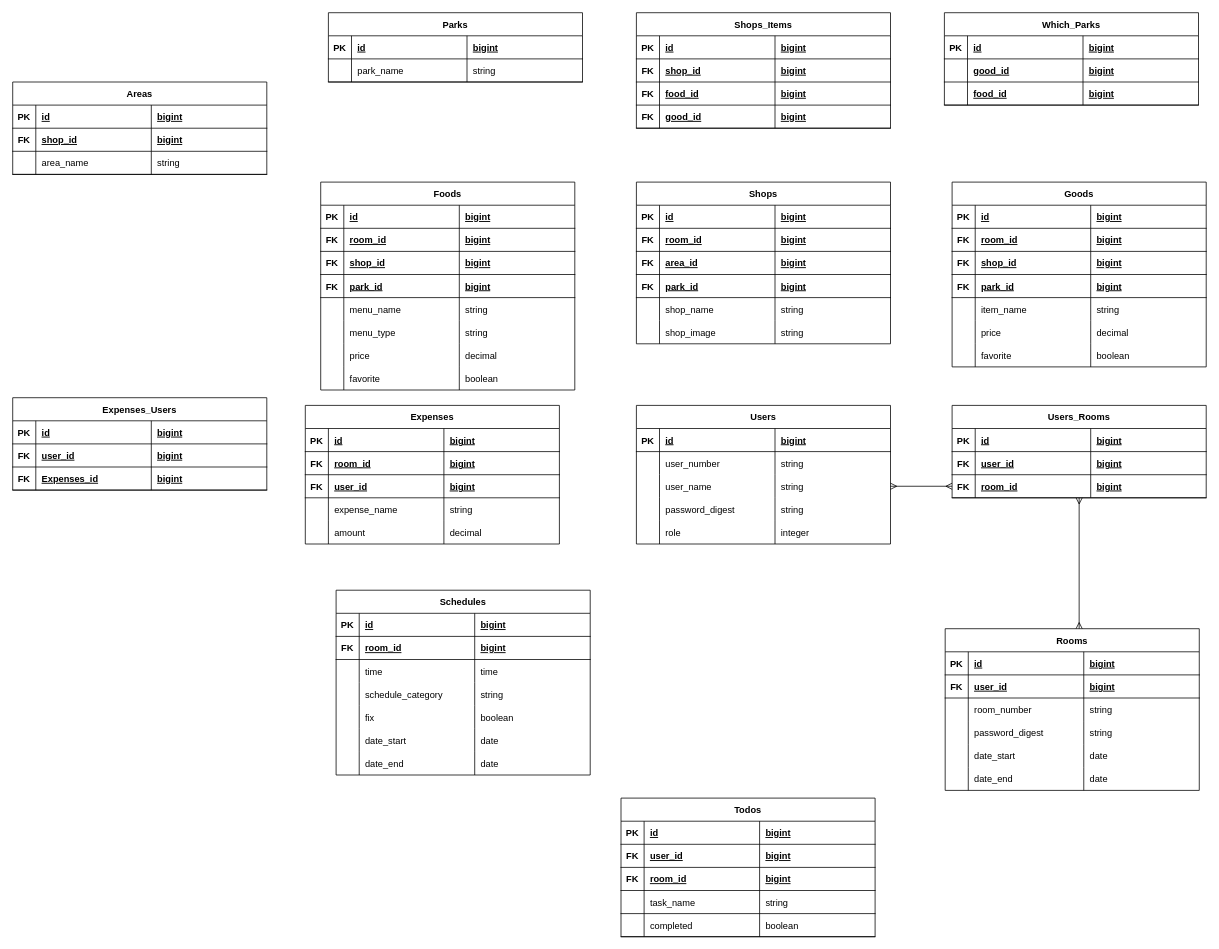
This is schedule_ER.dio from harumakimaki48/schedule, a draw.io file, before an edit. Source tidied: cells renumbered, new cells numbered last; positions are measured from the earlier drawing's top-left corner, leaving out a move shared by most shapes. Both pictures are drawn from the tidied source at 77%, with x=0, y=0 at pixel (12, 12).
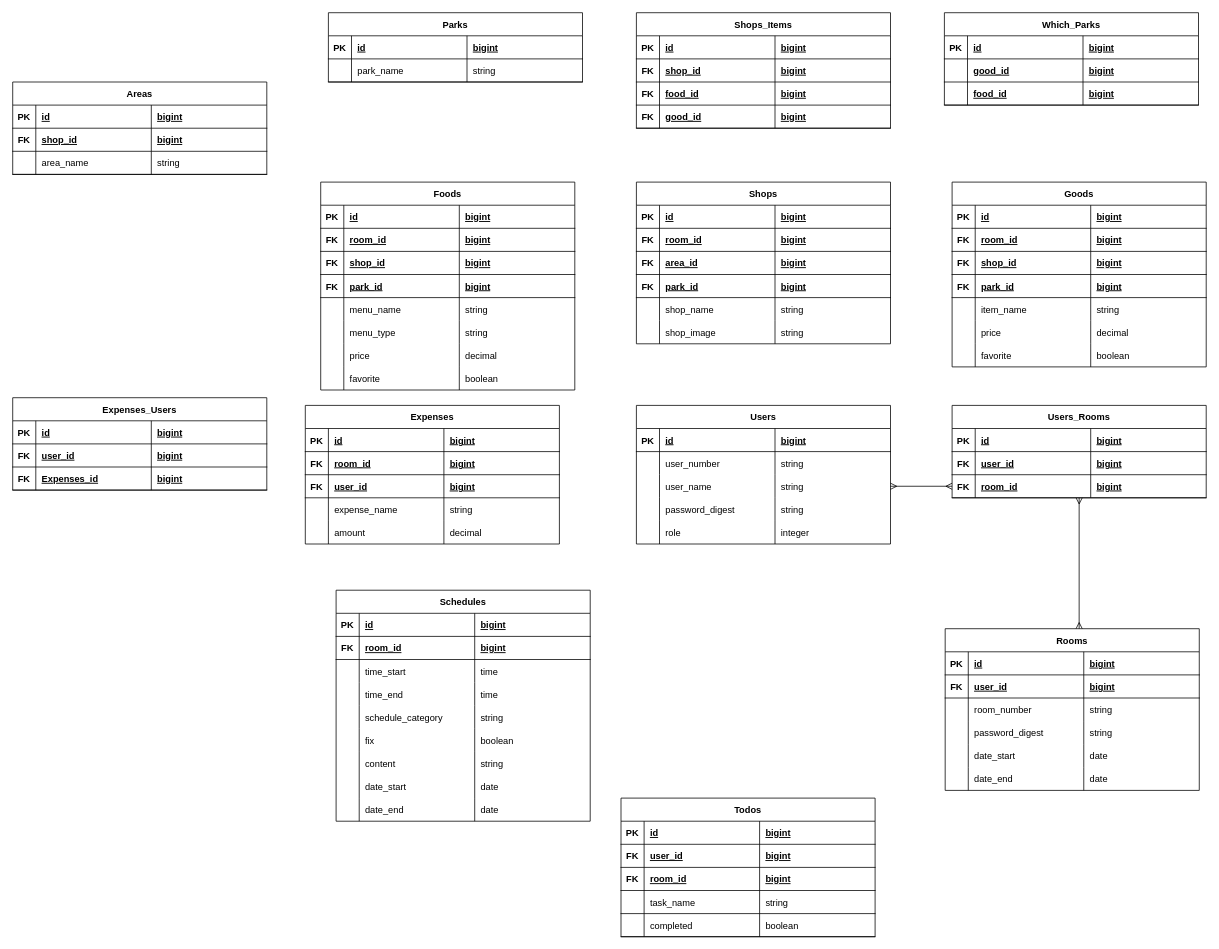
The same diagram, later.

Unchanged cells that the change refers to:
```xml
<mxCell id="57" style="shape=tableRow;horizontal=0;startSize=0;swimlaneHead=0;swimlaneBody=0;fillColor=none;top=0;left=0;right=0;bottom=0;" parent="48" vertex="1">
  <mxGeometry y="90" width="330" height="30" as="geometry" />
</mxCell>
```

The edit, as a diff of the source:
```diff
@@
     <mxCell id="48" value="Schedules" style="shape=table;startSize=30;childLayout=tableLayout;rowLines=0;fontStyle=1;align=center;" parent="1" vertex="1">
-      <mxGeometry x="420" y="750" width="330" height="240" as="geometry" />
+      <mxGeometry x="420" y="750" width="330" height="300" as="geometry" />
     </mxCell>
@@
-    <mxCell id="59" value="time" style="shape=partialRectangle;fillColor=none;top=0;left=0;bottom=0;right=0;align=left;spacingLeft=6;overflow=hidden;" parent="57" vertex="1">
+    <mxCell id="59" value="time_start" style="shape=partialRectangle;fillColor=none;top=0;left=0;bottom=0;right=0;align=left;spacingLeft=6;overflow=hidden;" parent="57" vertex="1">
       <mxGeometry x="30" width="150" height="30" as="geometry" />
     </mxCell>
@@
+    <mxCell id="287" style="shape=tableRow;horizontal=0;startSize=0;swimlaneHead=0;swimlaneBody=0;fillColor=none;top=0;left=0;right=0;bottom=0;" parent="48" vertex="1">
+      <mxGeometry y="120" width="330" height="30" as="geometry" />
+    </mxCell>
+    <mxCell id="288" style="shape=partialRectangle;fillColor=none;top=0;left=0;bottom=0;right=0;overflow=hidden;" parent="287" vertex="1">
+      <mxGeometry width="30" height="30" as="geometry" />
+    </mxCell>
+    <mxCell id="289" value="time_end" style="shape=partialRectangle;fillColor=none;top=0;left=0;bottom=0;right=0;align=left;spacingLeft=6;overflow=hidden;" parent="287" vertex="1">
+      <mxGeometry x="30" width="150" height="30" as="geometry" />
+    </mxCell>
+    <mxCell id="290" value="time" style="shape=partialRectangle;fillColor=none;top=0;left=0;bottom=0;right=0;align=left;spacingLeft=6;overflow=hidden;" parent="287" vertex="1">
+      <mxGeometry x="180" width="150" height="30" as="geometry" />
+    </mxCell>
     <mxCell id="61" style="shape=tableRow;horizontal=0;startSize=0;swimlaneHead=0;swimlaneBody=0;fillColor=none;top=0;left=0;right=0;bottom=0;" parent="48" vertex="1">
-      <mxGeometry y="120" width="330" height="30" as="geometry" />
+      <mxGeometry y="150" width="330" height="30" as="geometry" />
     </mxCell>
@@
     <mxCell id="65" style="shape=tableRow;horizontal=0;startSize=0;swimlaneHead=0;swimlaneBody=0;fillColor=none;top=0;left=0;right=0;bottom=0;" parent="48" vertex="1">
-      <mxGeometry y="150" width="330" height="30" as="geometry" />
+      <mxGeometry y="180" width="330" height="30" as="geometry" />
     </mxCell>
@@
+    <mxCell id="291" style="shape=tableRow;horizontal=0;startSize=0;swimlaneHead=0;swimlaneBody=0;fillColor=none;top=0;left=0;right=0;bottom=0;" parent="48" vertex="1">
+      <mxGeometry y="210" width="330" height="30" as="geometry" />
+    </mxCell>
+    <mxCell id="292" style="shape=partialRectangle;fillColor=none;top=0;left=0;bottom=0;right=0;overflow=hidden;" parent="291" vertex="1">
+      <mxGeometry width="30" height="30" as="geometry" />
+    </mxCell>
+    <mxCell id="293" value="content" style="shape=partialRectangle;fillColor=none;top=0;left=0;bottom=0;right=0;align=left;spacingLeft=6;overflow=hidden;" parent="291" vertex="1">
+      <mxGeometry x="30" width="150" height="30" as="geometry" />
+    </mxCell>
+    <mxCell id="294" value="string" style="shape=partialRectangle;fillColor=none;top=0;left=0;bottom=0;right=0;align=left;spacingLeft=6;overflow=hidden;" parent="291" vertex="1">
+      <mxGeometry x="180" width="150" height="30" as="geometry" />
+    </mxCell>
     <mxCell id="69" style="shape=tableRow;horizontal=0;startSize=0;swimlaneHead=0;swimlaneBody=0;fillColor=none;top=0;left=0;right=0;bottom=0;" parent="48" vertex="1">
-      <mxGeometry y="180" width="330" height="30" as="geometry" />
+      <mxGeometry y="240" width="330" height="30" as="geometry" />
     </mxCell>
@@
     <mxCell id="73" style="shape=tableRow;horizontal=0;startSize=0;swimlaneHead=0;swimlaneBody=0;fillColor=none;top=0;left=0;right=0;bottom=0;" parent="48" vertex="1">
-      <mxGeometry y="210" width="330" height="30" as="geometry" />
+      <mxGeometry y="270" width="330" height="30" as="geometry" />
     </mxCell>
```
